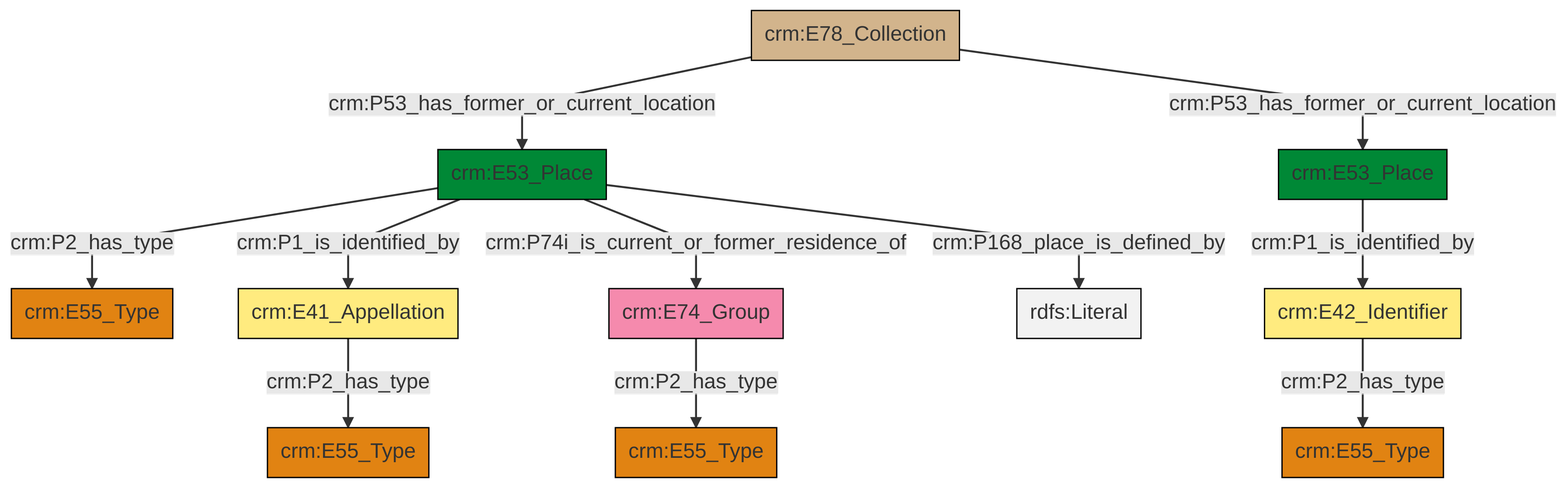
Before: et/archivalCSV/ttl/mmd/png/archival_location.png, a diagram exported from Mermaid (swiss-art-research-net/docs.swissartresearch). Its source is kept beside it as et/archivalCSV/ttl/mmd/archival_location.ttl.mmd.
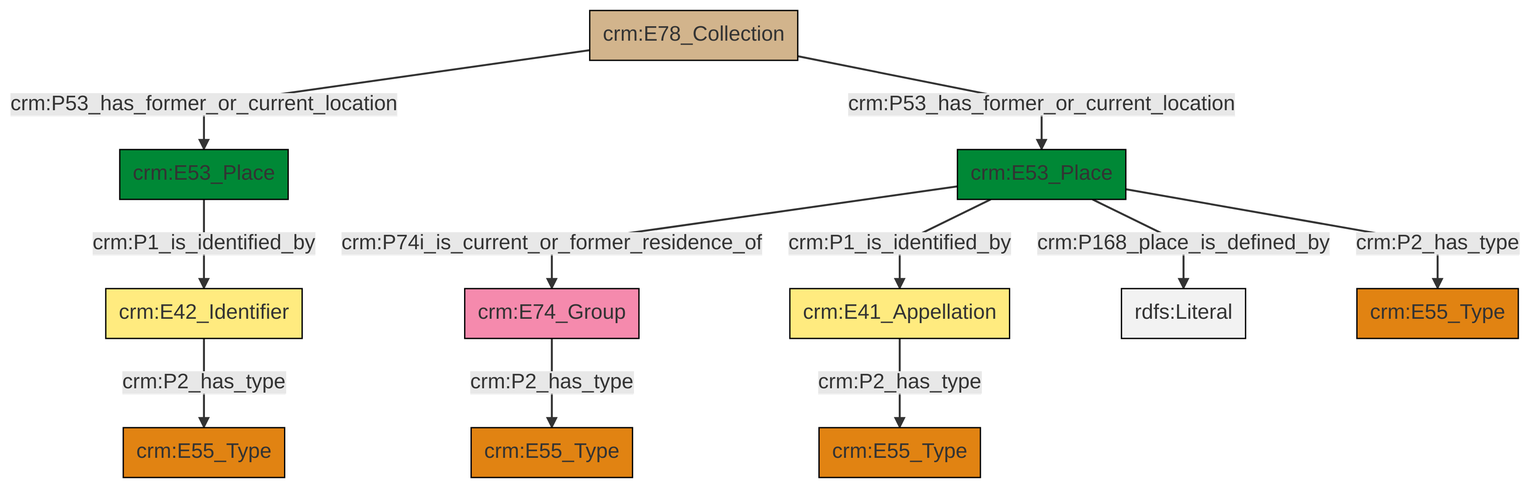
The same file after the commit.

Diff of the diagram source:
```diff
@@ -13,13 +13,13 @@
 classDef PC_Classes fill:#4ce600, stroke:#000000;
 classDef Multi fill:#cccccc,stroke:#000000;
 
-2["crm:E78_Collection"]:::Physical_Thing -->|crm:P53_has_former_or_current_location| 3["crm:E53_Place"]:::Place
-3["crm:E53_Place"]:::Place -->|crm:P2_has_type| 0["crm:E55_Type"]:::Type
-3["crm:E53_Place"]:::Place -->|crm:P1_is_identified_by| 6["crm:E41_Appellation"]:::Appellation
-2["crm:E78_Collection"]:::Physical_Thing -->|crm:P53_has_former_or_current_location| 8["crm:E53_Place"]:::Place
-6["crm:E41_Appellation"]:::Appellation -->|crm:P2_has_type| 9["crm:E55_Type"]:::Type
-13["crm:E42_Identifier"]:::Appellation -->|crm:P2_has_type| 10["crm:E55_Type"]:::Type
-3["crm:E53_Place"]:::Place -->|crm:P74i_is_current_or_former_residence_of| 15["crm:E74_Group"]:::Actor
-8["crm:E53_Place"]:::Place -->|crm:P1_is_identified_by| 13["crm:E42_Identifier"]:::Appellation
-3["crm:E53_Place"]:::Place -->|crm:P168_place_is_defined_by| 19[rdfs:Literal]:::Literal
-15["crm:E74_Group"]:::Actor -->|crm:P2_has_type| 4["crm:E55_Type"]:::Type
+0["crm:E74_Group"]:::Actor -->|crm:P2_has_type| 1["crm:E55_Type"]:::Type
+2["crm:E42_Identifier"]:::Appellation -->|crm:P2_has_type| 3["crm:E55_Type"]:::Type
+8["crm:E53_Place"]:::Place -->|crm:P168_place_is_defined_by| 9[rdfs:Literal]:::Literal
+6["crm:E53_Place"]:::Place -->|crm:P1_is_identified_by| 2["crm:E42_Identifier"]:::Appellation
+8["crm:E53_Place"]:::Place -->|crm:P2_has_type| 11["crm:E55_Type"]:::Type
+15["crm:E78_Collection"]:::Physical_Thing -->|crm:P53_has_former_or_current_location| 6["crm:E53_Place"]:::Place
+4["crm:E41_Appellation"]:::Appellation -->|crm:P2_has_type| 12["crm:E55_Type"]:::Type
+8["crm:E53_Place"]:::Place -->|crm:P74i_is_current_or_former_residence_of| 0["crm:E74_Group"]:::Actor
+15["crm:E78_Collection"]:::Physical_Thing -->|crm:P53_has_former_or_current_location| 8["crm:E53_Place"]:::Place
+8["crm:E53_Place"]:::Place -->|crm:P1_is_identified_by| 4["crm:E41_Appellation"]:::Appellation
```
